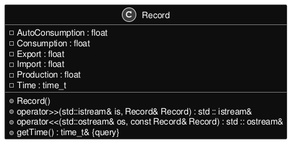
Before: inline_umlgraph_3.png, a diagram exported from PlantUML (MaciejWojs/CSV-Parser).
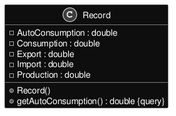
Above is the later version.

Diff of the diagram source:
```diff
@@ -3,16 +3,13 @@
 skinparam backgroundColor transparent
 
 class Record {
--AutoConsumption : float
--Consumption : float
--Export : float
--Import : float
--Production : float
--Time : time_t
+-AutoConsumption : double
+-Consumption : double
+-Export : double
+-Import : double
+-Production : double
 +Record()
-+operator>>(std::istream& is, Record& Record) : std :: istream&
-+operator<<(std::ostream& os, const Record& Record) : std :: ostream&
-+getTime() : time_t& {query}
++getAutoConsumption() : double {query}
 
 }
 @enduml
```
